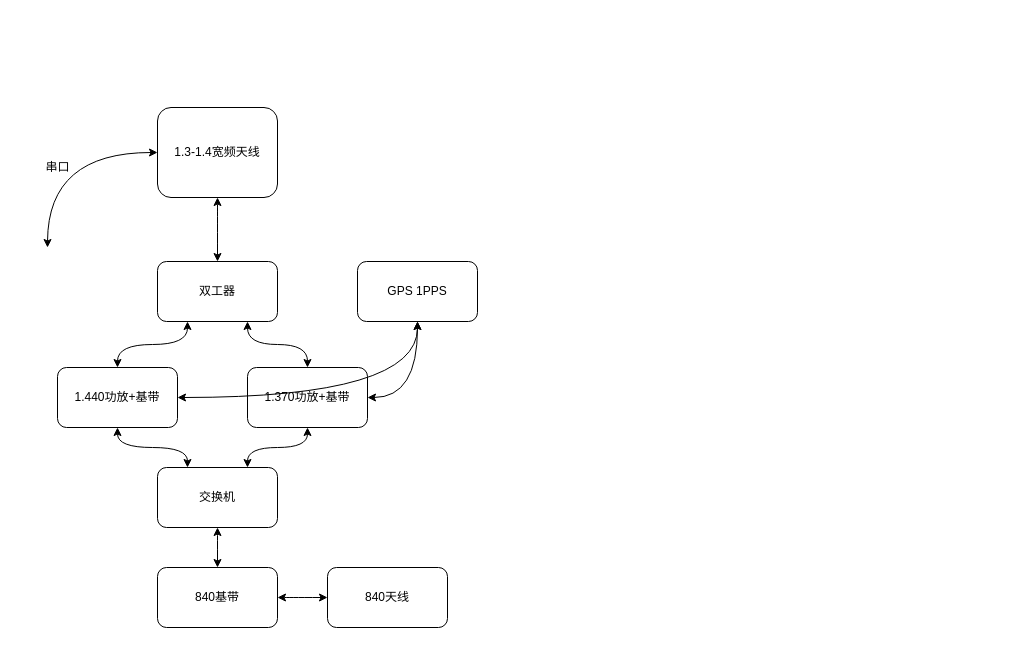
Earlier version of the draw.io diagram 双频跟踪天线.drawio (Momenttt/hellogithub). Source tidied: cells renumbered, new cells numbered last; positions are measured from the earlier drawing's top-left corner, leaving out a move shared by most shapes. Both pictures are drawn from the tidied source at 100%, with x=0, y=0 at pixel (37, 107).
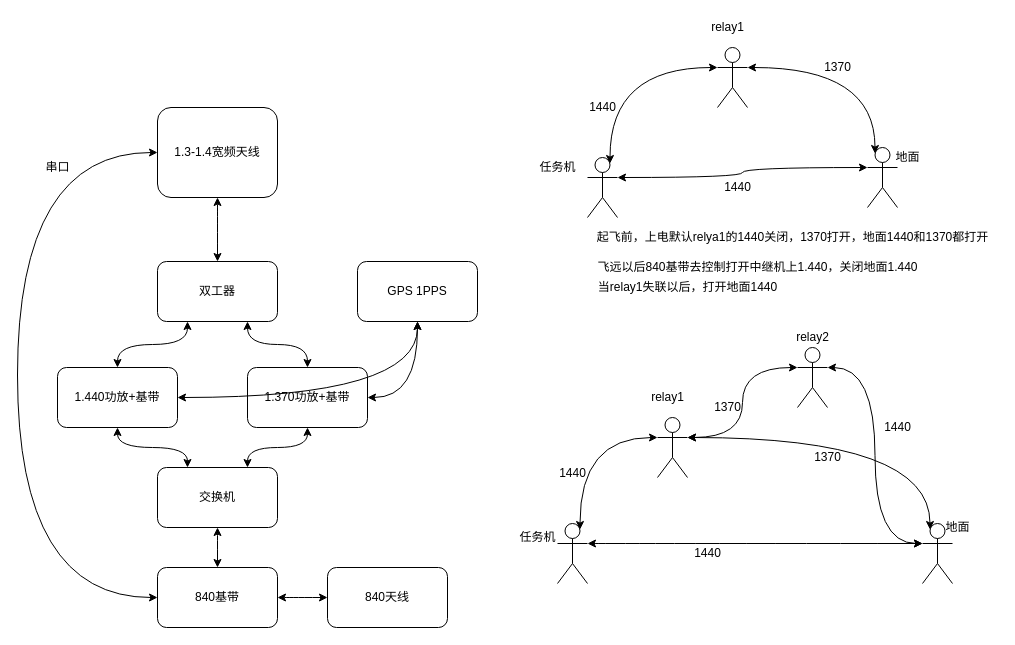
After the change.

Commit message (it also covers changes not shown here):
Update 双频跟踪天线.drawio

The change refers to these unchanged cells:
```xml
<mxCell id="13" value="1.3-1.4宽频天线" style="rounded=1;whiteSpace=wrap;html=1;" parent="1" vertex="1">
  <mxGeometry x="120" width="120" height="90" as="geometry" />
</mxCell>
<mxCell id="15" value="840基带" style="rounded=1;whiteSpace=wrap;html=1;" parent="1" vertex="1">
  <mxGeometry x="120" y="460" width="120" height="60" as="geometry" />
</mxCell>
```

Diff of the diagram source:
```diff
@@
-    <mxCell id="12" style="edgeStyle=orthogonalEdgeStyle;curved=1;jettySize=auto;html=1;exitX=0;exitY=0.5;exitDx=0;exitDy=0;startArrow=classic;startFill=1;" parent="1" edge="1" source="13">
+    <mxCell id="12" style="edgeStyle=orthogonalEdgeStyle;curved=1;jettySize=auto;html=1;exitX=0;exitY=0.5;exitDx=0;exitDy=0;startArrow=classic;startFill=1;entryX=0;entryY=0.5;entryDx=0;entryDy=0;" parent="1" edge="1" source="13" target="15">
       <mxGeometry relative="1" as="geometry">
-        <mxPoint x="10" y="140" as="targetPoint" />
+        <Array as="points">
+          <mxPoint x="-20" y="45" />
+          <mxPoint x="-20" y="490" />
+        </Array>
       </mxGeometry>
     </mxCell>
@@
+    <mxCell id="21" style="edgeStyle=orthogonalEdgeStyle;curved=1;jettySize=auto;html=1;exitX=1;exitY=0.3333333333333333;exitDx=0;exitDy=0;exitPerimeter=0;entryX=0.25;entryY=0.1;entryDx=0;entryDy=0;entryPerimeter=0;startArrow=classic;startFill=1;" parent="1" edge="1" source="23" target="26">
+      <mxGeometry relative="1" as="geometry" />
+    </mxCell>
+    <mxCell id="22" style="edgeStyle=orthogonalEdgeStyle;curved=1;jettySize=auto;html=1;exitX=0;exitY=0.3333333333333333;exitDx=0;exitDy=0;exitPerimeter=0;entryX=0.75;entryY=0.1;entryDx=0;entryDy=0;entryPerimeter=0;startArrow=classic;startFill=1;" parent="1" edge="1" source="23" target="25">
+      <mxGeometry relative="1" as="geometry" />
+    </mxCell>
+    <mxCell id="23" style="shape=umlActor;verticalLabelPosition=bottom;verticalAlign=top;html=1;outlineConnect=0;" parent="1" vertex="1">
+      <mxGeometry x="680" y="-60" width="30" height="60" as="geometry" />
+    </mxCell>
+    <mxCell id="24" style="edgeStyle=orthogonalEdgeStyle;curved=1;jettySize=auto;html=1;exitX=1;exitY=0.3333333333333333;exitDx=0;exitDy=0;exitPerimeter=0;entryX=0;entryY=0.3333333333333333;entryDx=0;entryDy=0;entryPerimeter=0;startArrow=classic;startFill=1;" parent="1" edge="1" source="25" target="26">
+      <mxGeometry relative="1" as="geometry" />
+    </mxCell>
+    <mxCell id="25" style="shape=umlActor;verticalLabelPosition=bottom;verticalAlign=top;html=1;outlineConnect=0;" parent="1" vertex="1">
+      <mxGeometry x="550" y="50" width="30" height="60" as="geometry" />
+    </mxCell>
+    <mxCell id="26" style="shape=umlActor;verticalLabelPosition=bottom;verticalAlign=top;html=1;outlineConnect=0;" parent="1" vertex="1">
+      <mxGeometry x="830" y="40" width="30" height="60" as="geometry" />
+    </mxCell>
+    <mxCell id="27" value="飞远以后840基带去控制打开中继机上1.440，关闭地面1.440" style="text;html=1;align=center;verticalAlign=middle;" parent="1" vertex="1">
+      <mxGeometry x="550" y="150" width="340" height="20" as="geometry" />
+    </mxCell>
+    <mxCell id="28" value="1440" style="text;html=1;align=center;verticalAlign=middle;" parent="1" vertex="1">
+      <mxGeometry x="545" y="-10" width="40" height="20" as="geometry" />
+    </mxCell>
+    <mxCell id="29" value="1440" style="text;html=1;align=center;verticalAlign=middle;" parent="1" vertex="1">
+      <mxGeometry x="680" y="70" width="40" height="20" as="geometry" />
+    </mxCell>
+    <mxCell id="30" value="1370" style="text;html=1;align=center;verticalAlign=middle;" parent="1" vertex="1">
+      <mxGeometry x="780" y="-50" width="40" height="20" as="geometry" />
+    </mxCell>
+    <mxCell id="31" value="relay1" style="text;html=1;align=center;verticalAlign=middle;" parent="1" vertex="1">
+      <mxGeometry x="665" y="-90" width="50" height="20" as="geometry" />
+    </mxCell>
+    <mxCell id="32" style="edgeStyle=orthogonalEdgeStyle;curved=1;jettySize=auto;html=1;exitX=0;exitY=0.3333333333333333;exitDx=0;exitDy=0;exitPerimeter=0;entryX=0.75;entryY=0.1;entryDx=0;entryDy=0;entryPerimeter=0;startArrow=classic;startFill=1;" parent="1" edge="1" source="35" target="37">
+      <mxGeometry relative="1" as="geometry" />
+    </mxCell>
+    <mxCell id="33" style="edgeStyle=orthogonalEdgeStyle;curved=1;jettySize=auto;html=1;exitX=1;exitY=0.3333333333333333;exitDx=0;exitDy=0;exitPerimeter=0;entryX=0;entryY=0.3333333333333333;entryDx=0;entryDy=0;entryPerimeter=0;startArrow=classic;startFill=1;" parent="1" edge="1" source="35" target="44">
+      <mxGeometry relative="1" as="geometry" />
+    </mxCell>
+    <mxCell id="34" style="edgeStyle=orthogonalEdgeStyle;curved=1;jettySize=auto;html=1;exitX=1;exitY=0.3333333333333333;exitDx=0;exitDy=0;exitPerimeter=0;entryX=0.25;entryY=0.1;entryDx=0;entryDy=0;entryPerimeter=0;startArrow=classic;startFill=1;" parent="1" edge="1" source="35" target="38">
+      <mxGeometry relative="1" as="geometry" />
+    </mxCell>
+    <mxCell id="35" style="shape=umlActor;verticalLabelPosition=bottom;verticalAlign=top;html=1;outlineConnect=0;" parent="1" vertex="1">
+      <mxGeometry x="620" y="310" width="30" height="60" as="geometry" />
+    </mxCell>
+    <mxCell id="36" style="edgeStyle=orthogonalEdgeStyle;curved=1;jettySize=auto;html=1;exitX=1;exitY=0.3333333333333333;exitDx=0;exitDy=0;exitPerimeter=0;entryX=0;entryY=0.3333333333333333;entryDx=0;entryDy=0;entryPerimeter=0;startArrow=classic;startFill=1;" parent="1" edge="1" source="37" target="38">
+      <mxGeometry relative="1" as="geometry" />
+    </mxCell>
+    <mxCell id="37" style="shape=umlActor;verticalLabelPosition=bottom;verticalAlign=top;html=1;outlineConnect=0;" parent="1" vertex="1">
+      <mxGeometry x="520" y="416" width="30" height="60" as="geometry" />
+    </mxCell>
+    <mxCell id="38" style="shape=umlActor;verticalLabelPosition=bottom;verticalAlign=top;html=1;outlineConnect=0;" parent="1" vertex="1">
+      <mxGeometry x="885" y="416" width="30" height="60" as="geometry" />
+    </mxCell>
+    <mxCell id="39" value="1440" style="text;html=1;align=center;verticalAlign=middle;" parent="1" vertex="1">
+      <mxGeometry x="515" y="356" width="40" height="20" as="geometry" />
+    </mxCell>
+    <mxCell id="40" value="1440" style="text;html=1;align=center;verticalAlign=middle;" parent="1" vertex="1">
+      <mxGeometry x="650" y="436" width="40" height="20" as="geometry" />
+    </mxCell>
+    <mxCell id="41" value="1370" style="text;html=1;align=center;verticalAlign=middle;" parent="1" vertex="1">
+      <mxGeometry x="670" y="290" width="40" height="20" as="geometry" />
+    </mxCell>
+    <mxCell id="42" value="relay1" style="text;html=1;align=center;verticalAlign=middle;" parent="1" vertex="1">
+      <mxGeometry x="605" y="280" width="50" height="20" as="geometry" />
+    </mxCell>
+    <mxCell id="43" style="edgeStyle=orthogonalEdgeStyle;curved=1;jettySize=auto;html=1;exitX=1;exitY=0.3333333333333333;exitDx=0;exitDy=0;exitPerimeter=0;entryX=0;entryY=0.3333333333333333;entryDx=0;entryDy=0;entryPerimeter=0;startArrow=classic;startFill=1;" parent="1" edge="1" source="44" target="38">
+      <mxGeometry relative="1" as="geometry" />
+    </mxCell>
+    <mxCell id="44" style="shape=umlActor;verticalLabelPosition=bottom;verticalAlign=top;html=1;outlineConnect=0;" parent="1" vertex="1">
+      <mxGeometry x="760" y="240" width="30" height="60" as="geometry" />
+    </mxCell>
+    <mxCell id="45" value="relay2" style="text;html=1;align=center;verticalAlign=middle;" parent="1" vertex="1">
+      <mxGeometry x="750" y="220" width="50" height="20" as="geometry" />
+    </mxCell>
+    <mxCell id="46" value="当relay1失联以后，打开地面1440" style="text;html=1;align=center;verticalAlign=middle;" parent="1" vertex="1">
+      <mxGeometry x="555" y="170" width="190" height="20" as="geometry" />
+    </mxCell>
+    <mxCell id="47" value="起飞前，上电默认relya1的1440关闭，1370打开，地面1440和1370都打开" style="text;html=1;align=center;verticalAlign=middle;" parent="1" vertex="1">
+      <mxGeometry x="550" y="120" width="410" height="20" as="geometry" />
+    </mxCell>
+    <mxCell id="48" value="1370" style="text;html=1;align=center;verticalAlign=middle;" parent="1" vertex="1">
+      <mxGeometry x="770" y="340" width="40" height="20" as="geometry" />
+    </mxCell>
+    <mxCell id="49" value="1440" style="text;html=1;align=center;verticalAlign=middle;" parent="1" vertex="1">
+      <mxGeometry x="840" y="310" width="40" height="20" as="geometry" />
+    </mxCell>
+    <mxCell id="50" value="任务机" style="text;html=1;align=center;verticalAlign=middle;" parent="1" vertex="1">
+      <mxGeometry x="495" y="50" width="50" height="20" as="geometry" />
+    </mxCell>
+    <mxCell id="51" value="任务机" style="text;html=1;align=center;verticalAlign=middle;" parent="1" vertex="1">
+      <mxGeometry x="475" y="420" width="50" height="20" as="geometry" />
+    </mxCell>
+    <mxCell id="52" value="地面" style="text;html=1;align=center;verticalAlign=middle;" parent="1" vertex="1">
+      <mxGeometry x="850" y="40" width="40" height="20" as="geometry" />
+    </mxCell>
+    <mxCell id="53" value="地面" style="text;html=1;align=center;verticalAlign=middle;" parent="1" vertex="1">
+      <mxGeometry x="900" y="410" width="40" height="20" as="geometry" />
+    </mxCell>
```
